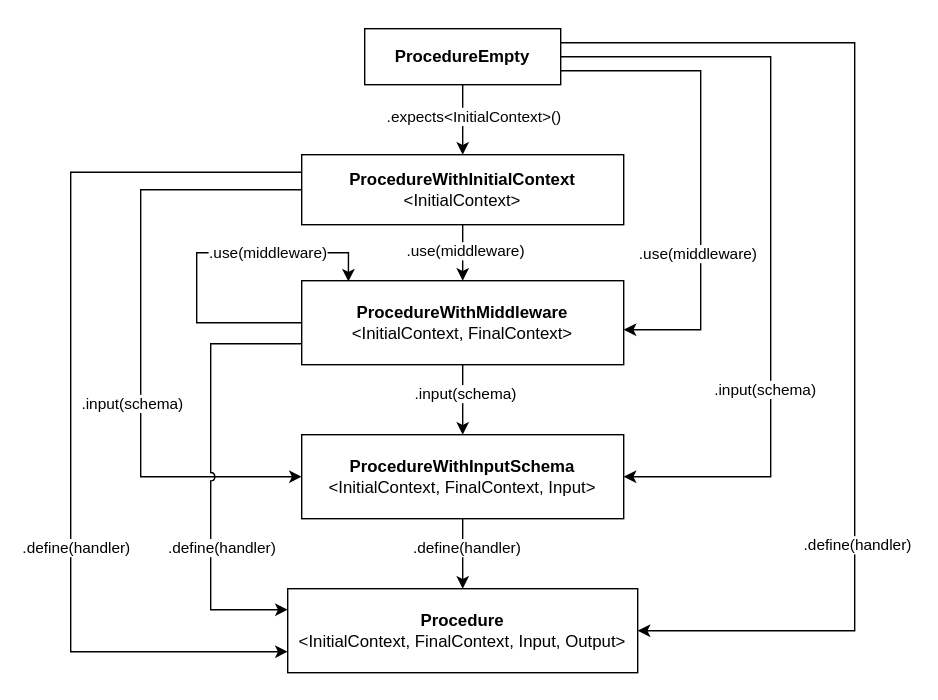
Above: docs/procedure-builder.drawio.svg in petrhdk/rpc (draw.io), before the change. Source tidied: cells renumbered, new cells last; positions are measured from the earlier drawing's top-left corner, leaving out a move shared by most shapes.
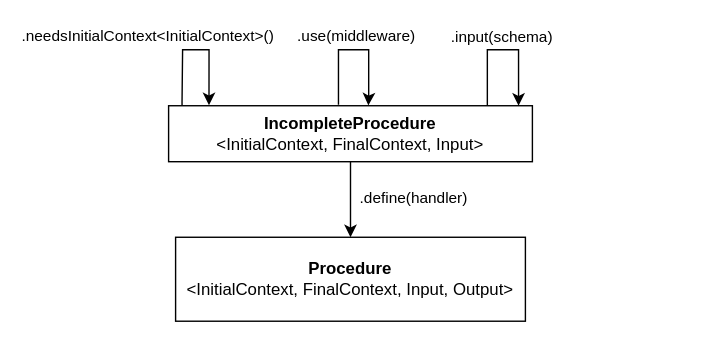
After the change.

Commit message:
docs: sketch rewrite of API: `procedure`, `server`, `client`

Diff of the diagram source:
```diff
@@ -1,150 +1,67 @@
-<mxGraphModel>
+<mxGraphModel background="light-dark(#FFFFFF,#121212)">
   <root>
     <mxCell id="0" />
     <mxCell id="1" parent="0" />
-    <mxCell id="2" style="whiteSpace=wrap;html=1;strokeColor=none;" parent="1" vertex="1">
-      <mxGeometry width="670" height="500" as="geometry" />
-    </mxCell>
+    <mxCell id="30" style="whiteSpace=wrap;html=1;strokeColor=none;" parent="1" vertex="1">
+      <mxGeometry x="-1550" y="-175" width="500" height="245" as="geometry" />
+    </mxCell>
-    <mxCell id="3" style="edgeStyle=orthogonalEdgeStyle;rounded=0;jettySize=auto;html=1;exitX=0.5;exitY=1;exitDx=0;exitDy=0;" parent="1" edge="1" source="11" target="18">
-      <mxGeometry relative="1" as="geometry">
+    <mxCell id="3" style="edgeStyle=orthogonalEdgeStyle;rounded=0;orthogonalLoop=1;jettySize=auto;html=1;exitX=0.037;exitY=-0.007;exitDx=0;exitDy=0;entryX=0.111;entryY=-0.01;entryDx=0;entryDy=0;innerLoopWaypoints=1;exitPerimeter=0;entryPerimeter=0;" parent="1" edge="1" source="11" target="11">
+      <mxGeometry x="-0.35" relative="1" as="geometry">
         <Array as="points">
-          <mxPoint x="330" y="90" />
+          <mxPoint x="-1420.4" y="-102.1" />
+          <mxPoint x="-1420" y="-140" />
+          <mxPoint x="-1401.1" y="-140" />
         </Array>
       </mxGeometry>
     </mxCell>
-    <mxCell id="4" value=".expects&amp;lt;InitialContext&amp;gt;()" style="edgeLabel;html=1;align=center;verticalAlign=middle;" parent="3" vertex="1">
-      <mxGeometry x="-0.12" y="1" relative="1" as="geometry">
-        <mxPoint x="6" as="offset" />
+    <mxCell id="4" value=".needsInitialContext&amp;lt;InitialContext&amp;gt;()" style="edgeLabel;html=1;align=center;verticalAlign=middle;" parent="3" vertex="1">
+      <mxGeometry x="-0.43" y="1" relative="1" as="geometry">
+        <mxPoint x="-24" y="-22" as="offset" />
       </mxGeometry>
     </mxCell>
-    <mxCell id="5" style="edgeStyle=orthogonalEdgeStyle;rounded=0;jettySize=auto;html=1;exitX=1;exitY=0.75;exitDx=0;exitDy=0;" parent="1" edge="1" source="11" target="21">
-      <mxGeometry relative="1" as="geometry">
-        <Array as="points">
-          <mxPoint x="500" y="50" />
-          <mxPoint x="500" y="235" />
-        </Array>
-      </mxGeometry>
-    </mxCell>
-    <mxCell id="6" value=".use(middleware)" style="edgeLabel;html=1;align=center;verticalAlign=middle;" parent="5" vertex="1">
-      <mxGeometry x="0.8" y="-1" relative="1" as="geometry">
-        <mxPoint x="18" y="-54" as="offset" />
-      </mxGeometry>
-    </mxCell>
-    <mxCell id="7" style="edgeStyle=orthogonalEdgeStyle;rounded=0;jettySize=auto;html=1;exitX=1;exitY=0.5;exitDx=0;exitDy=0;entryX=1;entryY=0.5;entryDx=0;entryDy=0;" parent="1" edge="1" source="11" target="26">
-      <mxGeometry relative="1" as="geometry">
-        <Array as="points">
-          <mxPoint x="550" y="40" />
-          <mxPoint x="550" y="340" />
-        </Array>
-      </mxGeometry>
-    </mxCell>
-    <mxCell id="8" value=".input(schema)" style="edgeLabel;html=1;align=center;verticalAlign=middle;" parent="7" vertex="1">
-      <mxGeometry x="0.45" relative="1" as="geometry">
-        <mxPoint x="-5" y="-16" as="offset" />
-      </mxGeometry>
-    </mxCell>
-    <mxCell id="9" style="edgeStyle=orthogonalEdgeStyle;rounded=0;jettySize=auto;html=1;exitX=1;exitY=0.25;exitDx=0;exitDy=0;entryX=1;entryY=0.5;entryDx=0;entryDy=0;" parent="1" edge="1" source="11" target="27">
-      <mxGeometry relative="1" as="geometry">
-        <Array as="points">
-          <mxPoint x="610" y="30" />
-          <mxPoint x="610" y="450" />
-        </Array>
-      </mxGeometry>
-    </mxCell>
-    <mxCell id="10" value=".define(handler)" style="edgeLabel;html=1;align=center;verticalAlign=middle;" parent="9" vertex="1">
-      <mxGeometry x="0.47" y="1" relative="1" as="geometry">
-        <mxPoint y="-8" as="offset" />
-      </mxGeometry>
-    </mxCell>
+    <mxCell id="31" style="edgeStyle=orthogonalEdgeStyle;rounded=0;orthogonalLoop=1;jettySize=auto;html=1;innerLoopWaypoints=1;exitX=0.34;exitY=-0.019;exitDx=0;exitDy=0;entryX=0.422;entryY=-0.006;entryDx=0;entryDy=0;exitPerimeter=0;entryPerimeter=0;" parent="1" edge="1">
+      <mxGeometry x="0.37" relative="1" as="geometry">
+        <mxPoint x="-1308.6" y="-100.8" as="sourcePoint" />
+        <mxPoint x="-1287.3" y="-100.2" as="targetPoint" />
+        <Array as="points">
+          <mxPoint x="-1308.6" y="-140" />
+          <mxPoint x="-1287" y="-140" />
+          <mxPoint x="-1287.3" y="-105.7" />
+        </Array>
+      </mxGeometry>
+    </mxCell>
+    <mxCell id="32" value=".use(middleware)" style="edgeLabel;html=1;align=center;verticalAlign=middle;" parent="31" vertex="1">
+      <mxGeometry x="0.39" y="2" relative="1" as="geometry">
+        <mxPoint x="-12" y="-20" as="offset" />
+      </mxGeometry>
+    </mxCell>
-    <mxCell id="11" value="&lt;b&gt;ProcedureEmpty&lt;/b&gt;" style="html=1;whiteSpace=wrap;" parent="1" vertex="1">
-      <mxGeometry x="260" y="20" width="140" height="40" as="geometry" />
+    <mxCell id="11" value="&lt;b&gt;IncompleteProcedure&lt;/b&gt;&lt;br&gt;&amp;lt;InitialContext, FinalContext, Input&amp;gt;" style="html=1;whiteSpace=wrap;" parent="1" vertex="1">
+      <mxGeometry x="-1430" y="-100" width="260" height="40" as="geometry" />
     </mxCell>
-    <mxCell id="12" style="edgeStyle=orthogonalEdgeStyle;rounded=0;jettySize=auto;html=1;exitX=0.5;exitY=1;exitDx=0;exitDy=0;entryX=0.5;entryY=0;entryDx=0;entryDy=0;" parent="1" edge="1" source="18" target="21">
-      <mxGeometry relative="1" as="geometry" />
-    </mxCell>
-    <mxCell id="13" value=".use(middleware)" style="edgeLabel;html=1;align=center;verticalAlign=middle;" parent="12" vertex="1">
-      <mxGeometry x="-0.08" y="1" relative="1" as="geometry" />
-    </mxCell>
-    <mxCell id="14" style="edgeStyle=orthogonalEdgeStyle;rounded=0;jettySize=auto;html=1;exitX=0;exitY=0.5;exitDx=0;exitDy=0;entryX=0;entryY=0.5;entryDx=0;entryDy=0;jumpStyle=arc;" parent="1" edge="1" source="18" target="26">
-      <mxGeometry relative="1" as="geometry">
+    <mxCell id="14" style="edgeStyle=orthogonalEdgeStyle;rounded=0;jettySize=auto;html=1;jumpStyle=arc;innerLoopWaypoints=1;exitX=0.73;exitY=-0.006;exitDx=0;exitDy=0;entryX=0.962;entryY=-0.001;entryDx=0;entryDy=0;entryPerimeter=0;exitPerimeter=0;" parent="1" edge="1" target="11">
+      <mxGeometry x="0.16" relative="1" as="geometry">
+        <mxPoint x="-1202.2" y="-100.2" as="sourcePoint" />
         <Array as="points">
-          <mxPoint x="100" y="135" />
-          <mxPoint x="100" y="340" />
+          <mxPoint x="-1202.2" y="-140" />
+          <mxPoint x="-1179.9" y="-140" />
         </Array>
       </mxGeometry>
     </mxCell>
     <mxCell id="15" value=".input(schema)" style="edgeLabel;html=1;align=center;verticalAlign=middle;" parent="14" vertex="1">
-      <mxGeometry x="0.25" y="-3" relative="1" as="geometry">
-        <mxPoint x="-4" y="-4" as="offset" />
+      <mxGeometry x="0.16" y="-3" relative="1" as="geometry">
+        <mxPoint x="-10" y="-13" as="offset" />
       </mxGeometry>
     </mxCell>
-    <mxCell id="16" style="edgeStyle=orthogonalEdgeStyle;rounded=0;jettySize=auto;html=1;exitX=0;exitY=0.25;exitDx=0;exitDy=0;entryX=0;entryY=0.75;entryDx=0;entryDy=0;" parent="1" edge="1" source="18" target="27">
-      <mxGeometry relative="1" as="geometry">
-        <Array as="points">
-          <mxPoint x="50" y="123" />
-          <mxPoint x="50" y="465" />
-        </Array>
-      </mxGeometry>
-    </mxCell>
-    <mxCell id="17" value=".define(handler)" style="edgeLabel;html=1;align=center;verticalAlign=middle;" parent="16" vertex="1">
-      <mxGeometry x="0.28" y="-1" relative="1" as="geometry">
-        <mxPoint x="4" y="10" as="offset" />
-      </mxGeometry>
-    </mxCell>
-    <mxCell id="18" value="&lt;b&gt;ProcedureWithInitialContext&lt;/b&gt;&lt;br&gt;&amp;lt;InitialContext&amp;gt;" style="html=1;whiteSpace=wrap;" parent="1" vertex="1">
-      <mxGeometry x="215" y="110" width="230" height="50" as="geometry" />
-    </mxCell>
-    <mxCell id="19" style="edgeStyle=orthogonalEdgeStyle;rounded=0;jettySize=auto;html=1;entryX=0.5;entryY=0;entryDx=0;entryDy=0;" parent="1" edge="1" source="21" target="26">
-      <mxGeometry relative="1" as="geometry" />
-    </mxCell>
-    <mxCell id="20" value=".input(schema)" style="edgeLabel;html=1;align=center;verticalAlign=middle;" parent="19" vertex="1">
-      <mxGeometry x="-0.24" y="-1" relative="1" as="geometry">
-        <mxPoint x="2" y="1" as="offset" />
-      </mxGeometry>
-    </mxCell>
-    <mxCell id="21" value="&lt;b&gt;ProcedureWithMiddleware&lt;/b&gt;&lt;br&gt;&amp;lt;InitialContext,&amp;nbsp;FinalContext&amp;gt;" style="html=1;whiteSpace=wrap;" parent="1" vertex="1">
-      <mxGeometry x="215" y="200" width="230" height="60" as="geometry" />
-    </mxCell>
-    <mxCell id="22" style="edgeStyle=orthogonalEdgeStyle;rounded=0;jettySize=auto;html=1;" parent="1" edge="1" source="26" target="27">
+    <mxCell id="22" style="edgeStyle=orthogonalEdgeStyle;rounded=0;jettySize=auto;html=1;exitX=0.5;exitY=1;exitDx=0;exitDy=0;" parent="1" edge="1" source="11" target="27">
       <mxGeometry relative="1" as="geometry" />
     </mxCell>
     <mxCell id="23" value=".define(handler)" style="edgeLabel;html=1;align=center;verticalAlign=middle;" parent="22" vertex="1">
-      <mxGeometry x="-0.52" relative="1" as="geometry">
-        <mxPoint x="2" y="8" as="offset" />
+      <mxGeometry x="0.79" relative="1" as="geometry">
+        <mxPoint x="44" y="-23" as="offset" />
       </mxGeometry>
     </mxCell>
-    <mxCell id="24" style="edgeStyle=orthogonalEdgeStyle;rounded=0;jettySize=auto;html=1;exitX=0;exitY=0.75;exitDx=0;exitDy=0;entryX=0;entryY=0.25;entryDx=0;entryDy=0;jumpStyle=arc;" parent="1" edge="1" source="21" target="27">
-      <mxGeometry relative="1" as="geometry">
-        <Array as="points">
-          <mxPoint x="150" y="245" />
-          <mxPoint x="150" y="435" />
-        </Array>
-      </mxGeometry>
-    </mxCell>
-    <mxCell id="25" value=".define(handler)" style="edgeLabel;html=1;align=center;verticalAlign=middle;" parent="24" vertex="1">
-      <mxGeometry x="-0.01" y="-2" relative="1" as="geometry">
-        <mxPoint x="9" y="57" as="offset" />
-      </mxGeometry>
-    </mxCell>
-    <mxCell id="26" value="&lt;b&gt;ProcedureWithInputSchema&lt;/b&gt;&lt;br&gt;&amp;lt;InitialContext,&amp;nbsp;FinalContext, Input&amp;gt;" style="html=1;whiteSpace=wrap;" parent="1" vertex="1">
-      <mxGeometry x="215" y="310" width="230" height="60" as="geometry" />
-    </mxCell>
     <mxCell id="27" value="&lt;b&gt;Procedure&lt;/b&gt;&lt;br&gt;&amp;lt;InitialContext,&amp;nbsp;FinalContext,&amp;nbsp;&lt;span style=&quot;background-color: transparent; color: light-dark(rgb(0, 0, 0), rgb(255, 255, 255));&quot;&gt;Input,&amp;nbsp;&lt;/span&gt;&lt;span style=&quot;background-color: transparent; color: light-dark(rgb(0, 0, 0), rgb(255, 255, 255));&quot;&gt;Output&amp;gt;&lt;/span&gt;" style="html=1;whiteSpace=wrap;" parent="1" vertex="1">
-      <mxGeometry x="205" y="420" width="250" height="60" as="geometry" />
+      <mxGeometry x="-1425" y="-6" width="250" height="60" as="geometry" />
     </mxCell>
-    <mxCell id="28" style="edgeStyle=orthogonalEdgeStyle;rounded=0;orthogonalLoop=1;jettySize=auto;html=1;exitX=0;exitY=0.5;exitDx=0;exitDy=0;entryX=0.145;entryY=0.011;entryDx=0;entryDy=0;entryPerimeter=0;" parent="1" edge="1" source="21" target="21">
-      <mxGeometry relative="1" as="geometry">
-        <Array as="points">
-          <mxPoint x="140" y="230" />
-          <mxPoint x="140" y="180" />
-          <mxPoint x="248" y="180" />
-        </Array>
-      </mxGeometry>
-    </mxCell>
-    <mxCell id="29" value=".use(middleware)" style="edgeLabel;html=1;align=center;verticalAlign=middle;" parent="28" vertex="1">
-      <mxGeometry x="0.28" y="-1" relative="1" as="geometry">
-        <mxPoint x="12" y="-2" as="offset" />
-      </mxGeometry>
-    </mxCell>
   </root>
 </mxGraphModel>
```
